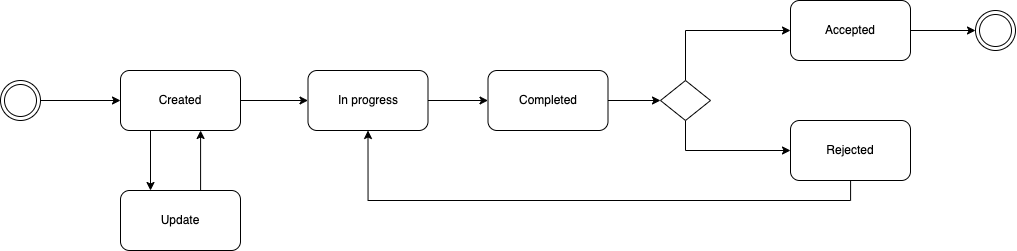
Earlier version of the draw.io export designs/architecture/ProcessDesign.drawio.png (UniversalDot/documents). Source tidied: cells renumbered, new cells last; positions are measured from the earlier drawing's top-left corner, leaving out a move shared by most shapes. Source of this version:
```xml
<mxGraphModel>
  <root>
    <mxCell id="0" />
    <mxCell id="1" parent="0" />
    <mxCell id="2" style="edgeStyle=orthogonalEdgeStyle;rounded=0;jettySize=auto;html=1;entryX=0;entryY=0.5;entryDx=0;entryDy=0;" parent="1" edge="1" source="3" target="6">
      <mxGeometry relative="1" as="geometry" />
    </mxCell>
    <mxCell id="3" style="ellipse;shape=doubleEllipse;whiteSpace=wrap;html=1;" parent="1" vertex="1">
      <mxGeometry y="80" width="40" height="40" as="geometry" />
    </mxCell>
    <mxCell id="4" style="edgeStyle=orthogonalEdgeStyle;curved=1;rounded=0;jettySize=auto;html=1;" parent="1" edge="1" source="6" target="8">
      <mxGeometry relative="1" as="geometry">
        <Array as="points">
          <mxPoint x="160" y="100" />
        </Array>
      </mxGeometry>
    </mxCell>
    <mxCell id="5" style="edgeStyle=orthogonalEdgeStyle;rounded=0;jettySize=auto;html=1;entryX=0.25;entryY=0;entryDx=0;entryDy=0;exitX=0.25;exitY=1;exitDx=0;exitDy=0;" parent="1" edge="1" source="6" target="20">
      <mxGeometry relative="1" as="geometry" />
    </mxCell>
    <mxCell id="6" value="Created" style="rounded=1;whiteSpace=wrap;html=1;" parent="1" vertex="1">
      <mxGeometry x="120" y="70" width="120" height="60" as="geometry" />
    </mxCell>
    <mxCell id="7" style="edgeStyle=none;rounded=0;jettySize=auto;html=1;" parent="1" edge="1" source="8" target="10">
      <mxGeometry relative="1" as="geometry" />
    </mxCell>
    <mxCell id="8" value="In progress" style="rounded=1;whiteSpace=wrap;html=1;" parent="1" vertex="1">
      <mxGeometry x="307.5" y="70" width="120" height="60" as="geometry" />
    </mxCell>
    <mxCell id="9" style="edgeStyle=orthogonalEdgeStyle;rounded=0;jettySize=auto;html=1;entryX=0;entryY=0.5;entryDx=0;entryDy=0;" parent="1" edge="1" source="10" target="16">
      <mxGeometry relative="1" as="geometry" />
    </mxCell>
    <mxCell id="10" value="Completed" style="rounded=1;whiteSpace=wrap;html=1;" parent="1" vertex="1">
      <mxGeometry x="487.5" y="70" width="120" height="60" as="geometry" />
    </mxCell>
    <mxCell id="11" style="ellipse;shape=doubleEllipse;whiteSpace=wrap;html=1;" parent="1" vertex="1">
      <mxGeometry x="975" y="10" width="40" height="40" as="geometry" />
    </mxCell>
    <mxCell id="12" style="edgeStyle=orthogonalEdgeStyle;rounded=0;jettySize=auto;html=1;entryX=0;entryY=0.5;entryDx=0;entryDy=0;" parent="1" edge="1" source="13" target="11">
      <mxGeometry relative="1" as="geometry" />
    </mxCell>
    <mxCell id="13" value="Accepted" style="rounded=1;whiteSpace=wrap;html=1;" parent="1" vertex="1">
      <mxGeometry x="790" width="120" height="60" as="geometry" />
    </mxCell>
    <mxCell id="14" style="edgeStyle=orthogonalEdgeStyle;rounded=0;jettySize=auto;html=1;entryX=0;entryY=0.5;entryDx=0;entryDy=0;" parent="1" edge="1" source="16" target="13">
      <mxGeometry relative="1" as="geometry">
        <Array as="points">
          <mxPoint x="685" y="30" />
        </Array>
      </mxGeometry>
    </mxCell>
    <mxCell id="15" style="edgeStyle=orthogonalEdgeStyle;rounded=0;jettySize=auto;html=1;entryX=0;entryY=0.5;entryDx=0;entryDy=0;exitX=0.5;exitY=1;exitDx=0;exitDy=0;" parent="1" edge="1" source="16" target="18">
      <mxGeometry relative="1" as="geometry" />
    </mxCell>
    <mxCell id="16" style="rhombus;whiteSpace=wrap;html=1;" parent="1" vertex="1">
      <mxGeometry x="660" y="80" width="50" height="40" as="geometry" />
    </mxCell>
    <mxCell id="17" style="edgeStyle=orthogonalEdgeStyle;rounded=0;jettySize=auto;html=1;entryX=0.5;entryY=1;entryDx=0;entryDy=0;" parent="1" edge="1" source="18" target="8">
      <mxGeometry relative="1" as="geometry">
        <Array as="points">
          <mxPoint x="850" y="200" />
          <mxPoint x="368" y="200" />
        </Array>
      </mxGeometry>
    </mxCell>
    <mxCell id="18" value="Rejected" style="rounded=1;whiteSpace=wrap;html=1;" parent="1" vertex="1">
      <mxGeometry x="790" y="120" width="120" height="60" as="geometry" />
    </mxCell>
    <mxCell id="19" style="edgeStyle=orthogonalEdgeStyle;rounded=0;jettySize=auto;html=1;" parent="1" edge="1" source="20">
      <mxGeometry relative="1" as="geometry">
        <mxPoint x="200" y="130" as="targetPoint" />
        <Array as="points">
          <mxPoint x="200" y="130" />
        </Array>
      </mxGeometry>
    </mxCell>
    <mxCell id="20" value="Update" style="rounded=1;whiteSpace=wrap;html=1;" parent="1" vertex="1">
      <mxGeometry x="120" y="190" width="120" height="60" as="geometry" />
    </mxCell>
  </root>
</mxGraphModel>
```
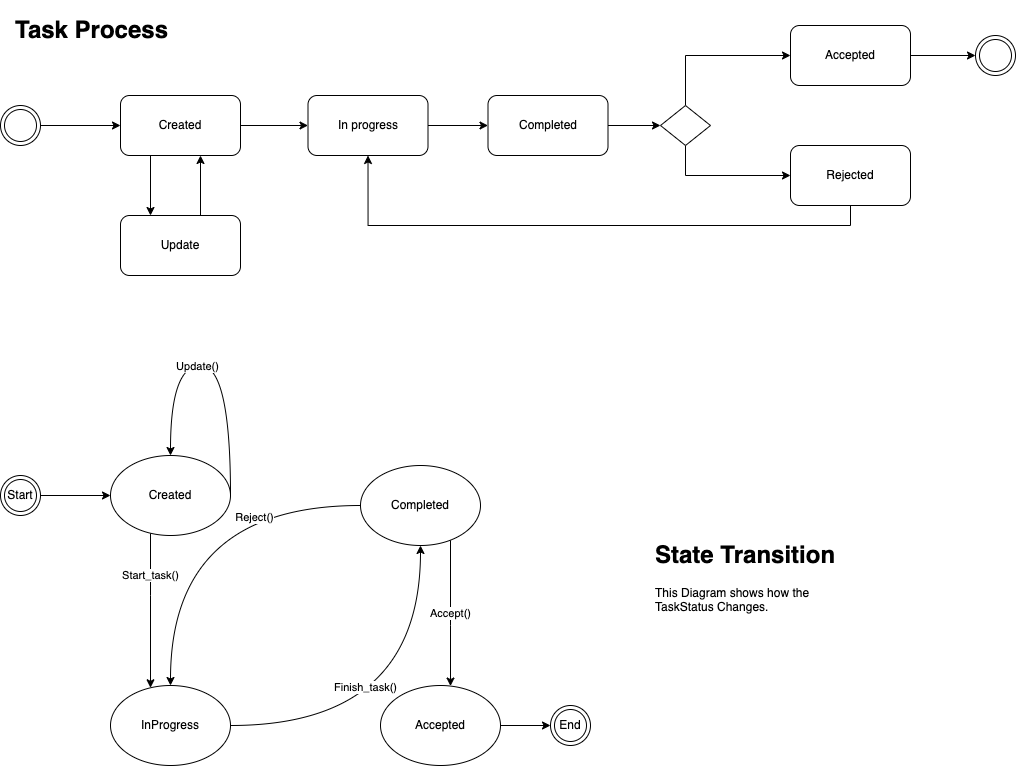
The same file after the commit.

Change to the diagram source:
```diff
@@ -66,16 +66,90 @@
     <mxCell id="18" value="Rejected" style="rounded=1;whiteSpace=wrap;html=1;" parent="1" vertex="1">
       <mxGeometry x="790" y="120" width="120" height="60" as="geometry" />
     </mxCell>
-    <mxCell id="19" style="edgeStyle=orthogonalEdgeStyle;rounded=0;jettySize=auto;html=1;" parent="1" edge="1" source="20">
-      <mxGeometry relative="1" as="geometry">
-        <mxPoint x="200" y="130" as="targetPoint" />
-        <Array as="points">
-          <mxPoint x="200" y="130" />
-        </Array>
-      </mxGeometry>
-    </mxCell>
+    <mxCell id="21" style="edgeStyle=orthogonalEdgeStyle;rounded=0;jettySize=auto;html=1;" parent="1" edge="1" source="20">
+      <mxGeometry relative="1" as="geometry">
+        <mxPoint x="200" y="130" as="targetPoint" />
+        <Array as="points">
+          <mxPoint x="200" y="130" />
+        </Array>
+      </mxGeometry>
+    </mxCell>
     <mxCell id="20" value="Update" style="rounded=1;whiteSpace=wrap;html=1;" parent="1" vertex="1">
       <mxGeometry x="120" y="190" width="120" height="60" as="geometry" />
     </mxCell>
+    <mxCell id="22" value="&lt;h1&gt;Task Process&lt;/h1&gt;&lt;p&gt;&lt;br&gt;&lt;/p&gt;&lt;p&gt;&lt;br&gt;&lt;/p&gt;" style="text;html=1;strokeColor=none;fillColor=none;spacing=5;spacingTop=-20;whiteSpace=wrap;overflow=hidden;rounded=0;" parent="1" vertex="1">
+      <mxGeometry x="10" y="-15" width="190" height="90" as="geometry" />
+    </mxCell>
+    <mxCell id="23" value="&lt;h1&gt;State Transition&lt;/h1&gt;&lt;p&gt;This Diagram shows how the TaskStatus Changes.&lt;/p&gt;&lt;p&gt;&lt;br&gt;&lt;/p&gt;" style="text;html=1;strokeColor=none;fillColor=none;spacing=5;spacingTop=-20;whiteSpace=wrap;overflow=hidden;rounded=0;" parent="1" vertex="1">
+      <mxGeometry x="650" y="510" width="190" height="120" as="geometry" />
+    </mxCell>
+    <mxCell id="24" value="Start_task()" style="edgeStyle=orthogonalEdgeStyle;curved=1;jettySize=auto;html=1;" parent="1" edge="1" source="25" target="30">
+      <mxGeometry x="-0.45" relative="1" as="geometry">
+        <Array as="points">
+          <mxPoint x="150" y="570" />
+          <mxPoint x="150" y="570" />
+        </Array>
+      </mxGeometry>
+    </mxCell>
+    <mxCell id="25" value="Created" style="ellipse;whiteSpace=wrap;html=1;" parent="1" vertex="1">
+      <mxGeometry x="110" y="430" width="120" height="80" as="geometry" />
+    </mxCell>
+    <mxCell id="26" style="edgeStyle=orthogonalEdgeStyle;rounded=0;jettySize=auto;html=1;entryX=0;entryY=0.5;entryDx=0;entryDy=0;" parent="1" edge="1" source="27" target="25">
+      <mxGeometry relative="1" as="geometry" />
+    </mxCell>
+    <mxCell id="27" value="Start" style="ellipse;shape=doubleEllipse;whiteSpace=wrap;html=1;" parent="1" vertex="1">
+      <mxGeometry y="450" width="40" height="40" as="geometry" />
+    </mxCell>
+    <mxCell id="28" style="edgeStyle=orthogonalEdgeStyle;curved=1;jettySize=auto;html=1;entryX=0.5;entryY=1;entryDx=0;entryDy=0;" parent="1" edge="1" source="30" target="36">
+      <mxGeometry relative="1" as="geometry" />
+    </mxCell>
+    <mxCell id="29" value="Finish_task()" style="edgeLabel;html=1;align=center;verticalAlign=middle;" parent="28" vertex="1">
+      <mxGeometry x="-0.27" y="39" relative="1" as="geometry" />
+    </mxCell>
+    <mxCell id="30" value="InProgress" style="ellipse;whiteSpace=wrap;html=1;" parent="1" vertex="1">
+      <mxGeometry x="110" y="660" width="120" height="80" as="geometry" />
+    </mxCell>
+    <mxCell id="31" style="edgeStyle=orthogonalEdgeStyle;curved=1;jettySize=auto;html=1;" parent="1" edge="1" source="32" target="39">
+      <mxGeometry relative="1" as="geometry" />
+    </mxCell>
+    <mxCell id="32" value="Accepted" style="ellipse;whiteSpace=wrap;html=1;" parent="1" vertex="1">
+      <mxGeometry x="380" y="660" width="120" height="80" as="geometry" />
+    </mxCell>
+    <mxCell id="33" value="Accept()" style="edgeStyle=orthogonalEdgeStyle;curved=1;jettySize=auto;html=1;" parent="1" edge="1" source="36" target="32">
+      <mxGeometry relative="1" as="geometry">
+        <Array as="points">
+          <mxPoint x="450" y="600" />
+          <mxPoint x="450" y="600" />
+        </Array>
+      </mxGeometry>
+    </mxCell>
+    <mxCell id="34" style="edgeStyle=orthogonalEdgeStyle;curved=1;jettySize=auto;html=1;exitX=0;exitY=0.5;exitDx=0;exitDy=0;entryX=0.5;entryY=0;entryDx=0;entryDy=0;" parent="1" edge="1" source="36" target="30">
+      <mxGeometry relative="1" as="geometry" />
+    </mxCell>
+    <mxCell id="35" value="Reject()" style="edgeLabel;html=1;align=center;verticalAlign=middle;" parent="34" vertex="1">
+      <mxGeometry x="-0.43" y="11" relative="1" as="geometry">
+        <mxPoint x="-1" as="offset" />
+      </mxGeometry>
+    </mxCell>
+    <mxCell id="36" value="Completed" style="ellipse;whiteSpace=wrap;html=1;" parent="1" vertex="1">
+      <mxGeometry x="360" y="440" width="120" height="80" as="geometry" />
+    </mxCell>
+    <mxCell id="37" style="edgeStyle=orthogonalEdgeStyle;curved=1;orthogonalLoop=1;jettySize=auto;html=1;entryX=0.5;entryY=0;entryDx=0;entryDy=0;exitX=1;exitY=0.5;exitDx=0;exitDy=0;" parent="1" edge="1" source="25" target="25">
+      <mxGeometry relative="1" as="geometry">
+        <Array as="points">
+          <mxPoint x="230" y="340" />
+          <mxPoint x="170" y="340" />
+        </Array>
+      </mxGeometry>
+    </mxCell>
+    <mxCell id="38" value="Update()" style="edgeLabel;html=1;align=center;verticalAlign=middle;" parent="37" vertex="1">
+      <mxGeometry x="0.17" relative="1" as="geometry" />
+    </mxCell>
+    <mxCell id="39" value="End" style="ellipse;shape=doubleEllipse;whiteSpace=wrap;html=1;" parent="1" vertex="1">
+      <mxGeometry x="550" y="680" width="40" height="40" as="geometry" />
+    </mxCell>
+    <mxCell id="40" style="edgeStyle=orthogonalEdgeStyle;curved=1;orthogonalLoop=1;jettySize=auto;html=1;exitX=0.5;exitY=1;exitDx=0;exitDy=0;" parent="1" edge="1" source="22" target="22">
+      <mxGeometry relative="1" as="geometry" />
+    </mxCell>
   </root>
 </mxGraphModel>
```
